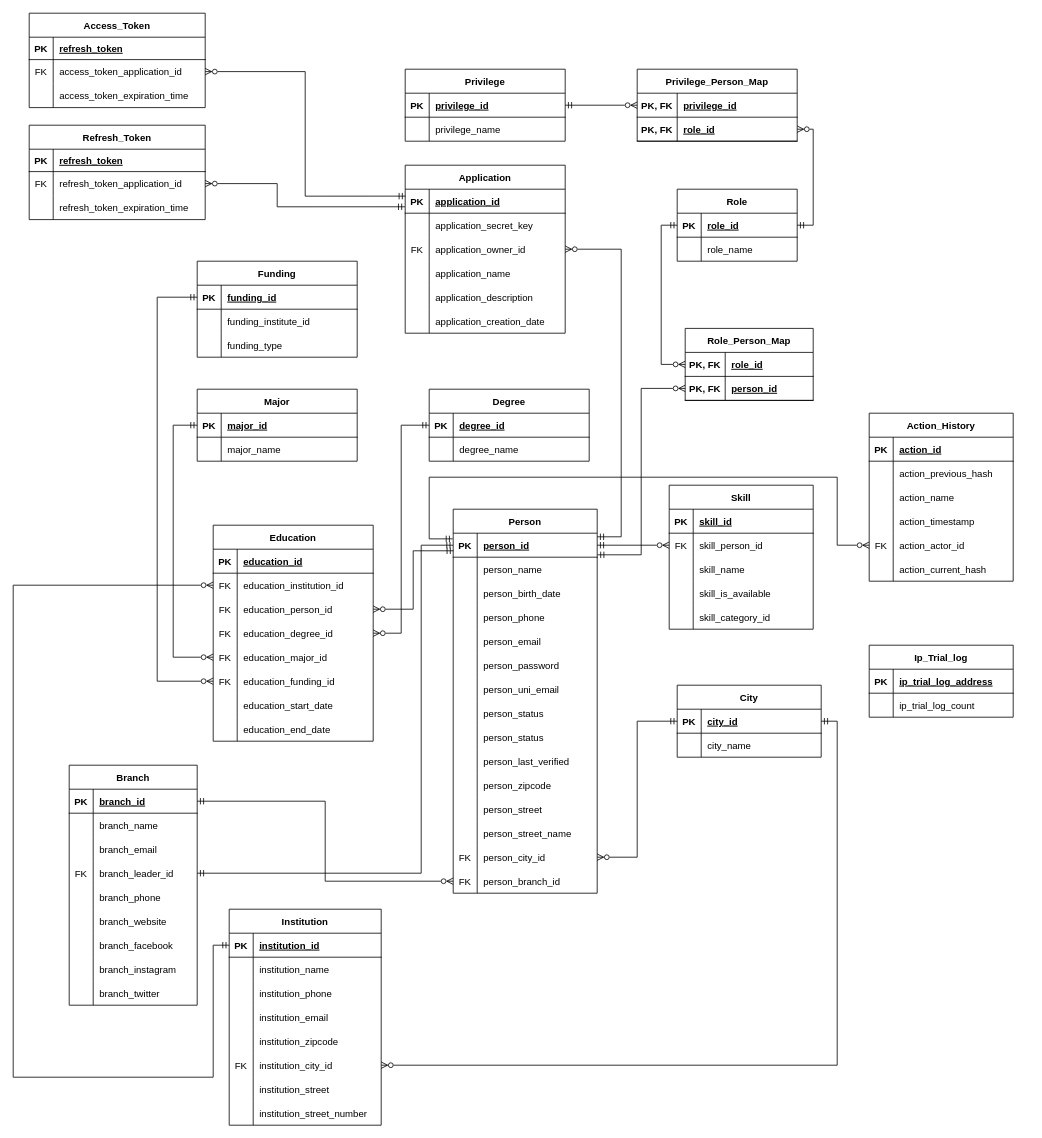
ppijerman/ppij-identity-backend keeps this draw.io diagram as sql-init/Schema Sensus Database.drawio. Above is the earlier version. Source tidied: cells renumbered, new cells numbered last; positions are measured from the earlier drawing's top-left corner, leaving out a move shared by most shapes. Both pictures are drawn from the tidied source at 80%, with x=0, y=0 at pixel (13, 13).
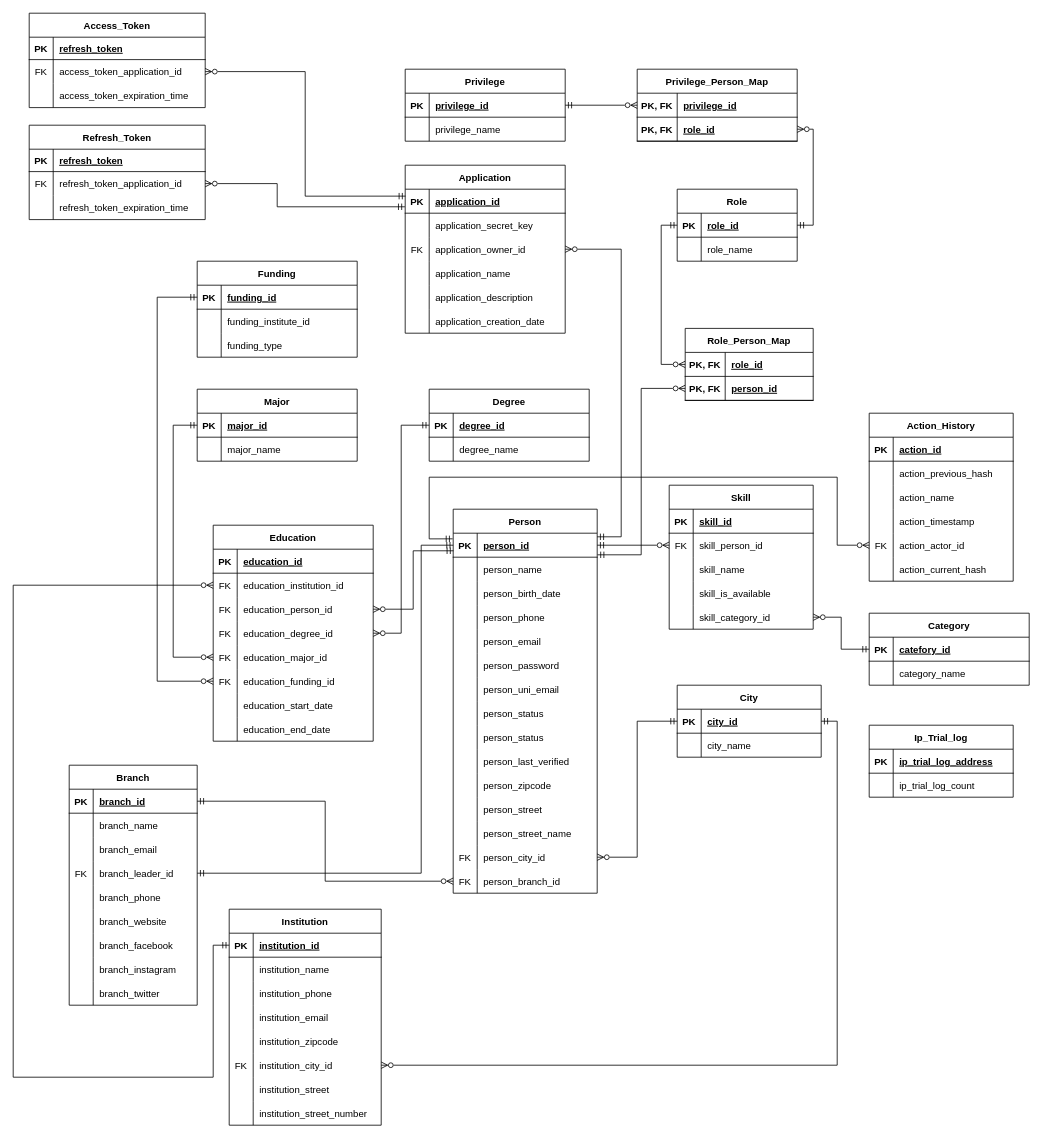
Above is the later version.

Commit message:
Added Category table and its connection with skill table

The change refers to these unchanged cells:
```xml
<mxCell id="219" style="shape=tableRow;horizontal=0;startSize=0;swimlaneHead=0;swimlaneBody=0;fillColor=none;points=[[0,0.5],[1,0.5]];portConstraint=eastwest;top=0;left=0;right=0;bottom=0;" parent="206" vertex="1">
  <mxGeometry y="150" width="180" height="30" as="geometry" />
</mxCell>
```

The edit, as a diff of the source:
```diff
@@
     <mxCell id="276" value="Ip_Trial_log" style="shape=table;startSize=30;childLayout=tableLayout;rowLines=0;fontStyle=1;align=center;" parent="1" vertex="1">
-      <mxGeometry x="1070" y="790" width="180" height="90" as="geometry" />
+      <mxGeometry x="1070" y="890" width="180" height="90" as="geometry" />
     </mxCell>
@@
+    <mxCell id="284" value="Category" style="shape=table;startSize=30;childLayout=tableLayout;rowLines=0;fontStyle=1;align=center;" parent="1" vertex="1">
+      <mxGeometry x="1070" y="750" width="200" height="90" as="geometry" />
+    </mxCell>
+    <mxCell id="285" style="shape=tableRow;horizontal=0;startSize=0;swimlaneHead=0;swimlaneBody=0;fillColor=none;points=[[0,0.5],[1,0.5]];portConstraint=eastwest;top=0;left=0;right=0;bottom=1;" parent="284" vertex="1">
+      <mxGeometry y="30" width="200" height="30" as="geometry" />
+    </mxCell>
+    <mxCell id="286" value="PK" style="shape=partialRectangle;fillColor=none;top=0;left=0;bottom=0;right=0;fontStyle=1;overflow=hidden;" parent="285" vertex="1">
+      <mxGeometry width="30" height="30" as="geometry" />
+    </mxCell>
+    <mxCell id="287" value="catefory_id" style="shape=partialRectangle;fillColor=none;top=0;left=0;bottom=0;right=0;align=left;spacingLeft=6;fontStyle=5;overflow=hidden;" parent="285" vertex="1">
+      <mxGeometry x="30" width="170" height="30" as="geometry" />
+    </mxCell>
+    <mxCell id="288" style="shape=tableRow;horizontal=0;startSize=0;swimlaneHead=0;swimlaneBody=0;fillColor=none;top=0;left=0;right=0;bottom=0;" parent="284" vertex="1">
+      <mxGeometry y="60" width="200" height="30" as="geometry" />
+    </mxCell>
+    <mxCell id="289" style="shape=partialRectangle;fillColor=none;top=0;left=0;bottom=0;right=0;overflow=hidden;" parent="288" vertex="1">
+      <mxGeometry width="30" height="30" as="geometry" />
+    </mxCell>
+    <mxCell id="290" value="category_name" style="shape=partialRectangle;fillColor=none;top=0;left=0;bottom=0;right=0;align=left;spacingLeft=6;overflow=hidden;" parent="288" vertex="1">
+      <mxGeometry x="30" width="170" height="30" as="geometry" />
+    </mxCell>
+    <mxCell id="291" style="edgeStyle=orthogonalEdgeStyle;rounded=0;jettySize=auto;html=1;entryX=0;entryY=0.5;entryDx=0;entryDy=0;startArrow=ERzeroToMany;startFill=0;endArrow=ERmandOne;endFill=0;" parent="1" edge="1" source="219" target="285">
+      <mxGeometry relative="1" as="geometry" />
+    </mxCell>
```
